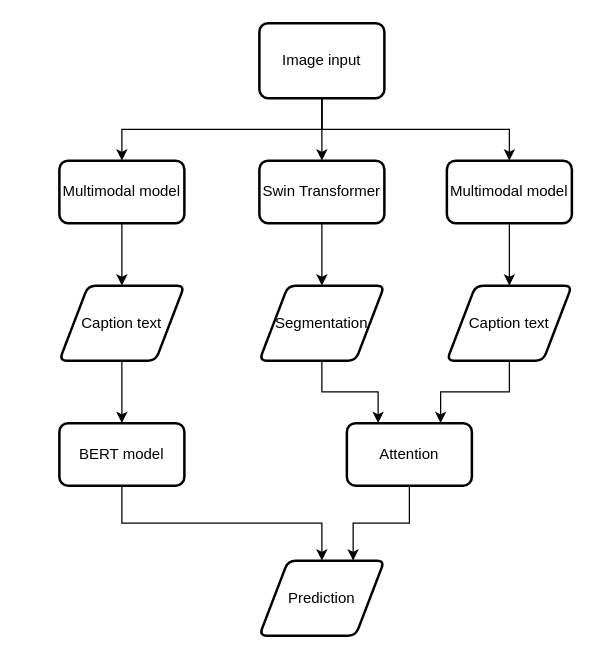
MingNarongthat/Anomaly_Transformers keeps this draw.io diagram as Architecture.drawio. Above is the earlier version. Source tidied: cells renumbered, new cells numbered last; positions are measured from the earlier drawing's top-left corner, leaving out a move shared by most shapes. Both pictures are drawn from the tidied source at 125%, with x=0, y=0 at pixel (59, 22).
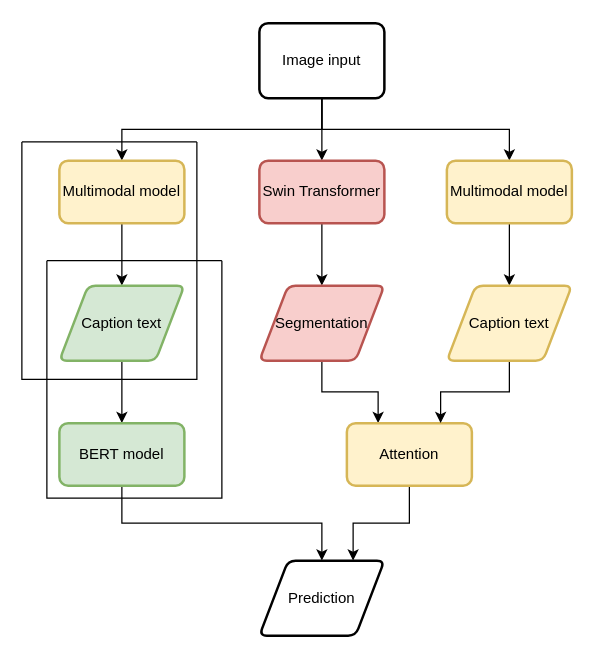
The same page after the edit.

Diff of the diagram source:
```diff
@@
-    <mxCell id="7" value="Multimodal model" style="rounded=1;whiteSpace=wrap;html=1;absoluteArcSize=1;arcSize=14;strokeWidth=2;" parent="1" vertex="1">
+    <mxCell id="7" value="Multimodal model" style="rounded=1;whiteSpace=wrap;html=1;absoluteArcSize=1;arcSize=14;strokeWidth=2;fillColor=#fff2cc;strokeColor=#d6b656;" parent="1" vertex="1">
       <mxGeometry y="110" width="100" height="50" as="geometry" />
     </mxCell>
@@
-    <mxCell id="9" value="Caption text" style="shape=parallelogram;html=1;strokeWidth=2;perimeter=parallelogramPerimeter;whiteSpace=wrap;rounded=1;arcSize=12;size=0.23;" parent="1" vertex="1">
+    <mxCell id="9" value="Caption text" style="shape=parallelogram;html=1;strokeWidth=2;perimeter=parallelogramPerimeter;whiteSpace=wrap;rounded=1;arcSize=12;size=0.23;fillColor=#d5e8d4;strokeColor=#82b366;" parent="1" vertex="1">
       <mxGeometry y="210" width="100" height="60" as="geometry" />
     </mxCell>
@@
-    <mxCell id="11" value="BERT model" style="rounded=1;whiteSpace=wrap;html=1;absoluteArcSize=1;arcSize=14;strokeWidth=2;" parent="1" vertex="1">
+    <mxCell id="11" value="BERT model" style="rounded=1;whiteSpace=wrap;html=1;absoluteArcSize=1;arcSize=14;strokeWidth=2;fillColor=#d5e8d4;strokeColor=#82b366;" parent="1" vertex="1">
       <mxGeometry y="320" width="100" height="50" as="geometry" />
     </mxCell>
@@
-    <mxCell id="13" value="Swin Transformer" style="rounded=1;whiteSpace=wrap;html=1;absoluteArcSize=1;arcSize=14;strokeWidth=2;" parent="1" vertex="1">
+    <mxCell id="13" value="Swin Transformer" style="rounded=1;whiteSpace=wrap;html=1;absoluteArcSize=1;arcSize=14;strokeWidth=2;fillColor=#f8cecc;strokeColor=#b85450;" parent="1" vertex="1">
       <mxGeometry x="160" y="110" width="100" height="50" as="geometry" />
     </mxCell>
@@
-    <mxCell id="15" value="Segmentation" style="shape=parallelogram;html=1;strokeWidth=2;perimeter=parallelogramPerimeter;whiteSpace=wrap;rounded=1;arcSize=12;size=0.23;" parent="1" vertex="1">
+    <mxCell id="15" value="Segmentation" style="shape=parallelogram;html=1;strokeWidth=2;perimeter=parallelogramPerimeter;whiteSpace=wrap;rounded=1;arcSize=12;size=0.23;fillColor=#f8cecc;strokeColor=#b85450;" parent="1" vertex="1">
       <mxGeometry x="160" y="210" width="100" height="60" as="geometry" />
     </mxCell>
@@
-    <mxCell id="17" value="Attention" style="rounded=1;whiteSpace=wrap;html=1;absoluteArcSize=1;arcSize=14;strokeWidth=2;" parent="1" vertex="1">
+    <mxCell id="17" value="Attention" style="rounded=1;whiteSpace=wrap;html=1;absoluteArcSize=1;arcSize=14;strokeWidth=2;fillColor=#fff2cc;strokeColor=#d6b656;" parent="1" vertex="1">
       <mxGeometry x="230" y="320" width="100" height="50" as="geometry" />
     </mxCell>
@@
-    <mxCell id="21" value="Multimodal model" style="rounded=1;whiteSpace=wrap;html=1;absoluteArcSize=1;arcSize=14;strokeWidth=2;" parent="1" vertex="1">
+    <mxCell id="21" value="Multimodal model" style="rounded=1;whiteSpace=wrap;html=1;absoluteArcSize=1;arcSize=14;strokeWidth=2;fillColor=#fff2cc;strokeColor=#d6b656;" parent="1" vertex="1">
       <mxGeometry x="310" y="110" width="100" height="50" as="geometry" />
     </mxCell>
@@
-    <mxCell id="23" value="Caption text" style="shape=parallelogram;html=1;strokeWidth=2;perimeter=parallelogramPerimeter;whiteSpace=wrap;rounded=1;arcSize=12;size=0.23;" parent="1" vertex="1">
+    <mxCell id="23" value="Caption text" style="shape=parallelogram;html=1;strokeWidth=2;perimeter=parallelogramPerimeter;whiteSpace=wrap;rounded=1;arcSize=12;size=0.23;fillColor=#fff2cc;strokeColor=#d6b656;" parent="1" vertex="1">
       <mxGeometry x="310" y="210" width="100" height="60" as="geometry" />
     </mxCell>
+    <mxCell id="24" style="swimlane;startSize=0;" parent="1" vertex="1">
+      <mxGeometry x="-10" y="190" width="140" height="190" as="geometry" />
+    </mxCell>
+    <mxCell id="25" style="swimlane;startSize=0;" parent="24" vertex="1">
+      <mxGeometry x="-20" y="-95" width="140" height="190" as="geometry" />
+    </mxCell>
```
